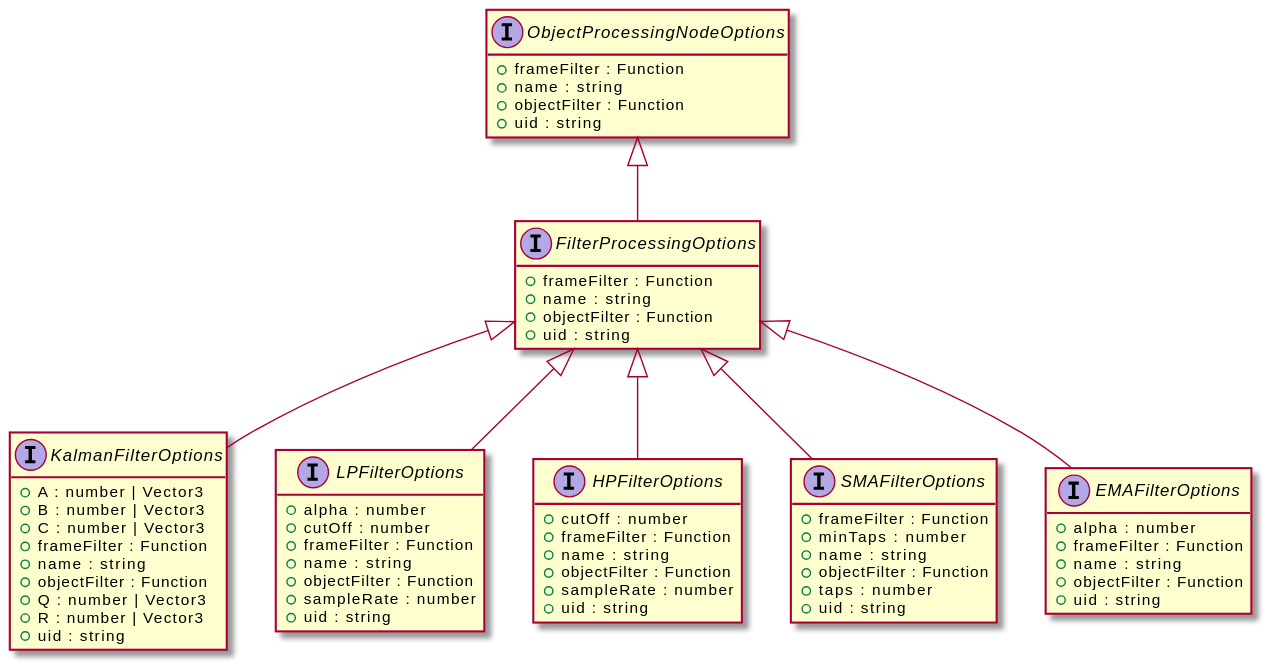
OpenHPS/openhps-core keeps this PlantUML diagram as assets/FilterProcessingOptions-umlClassDiagram-13389.svg. Above is the earlier version.
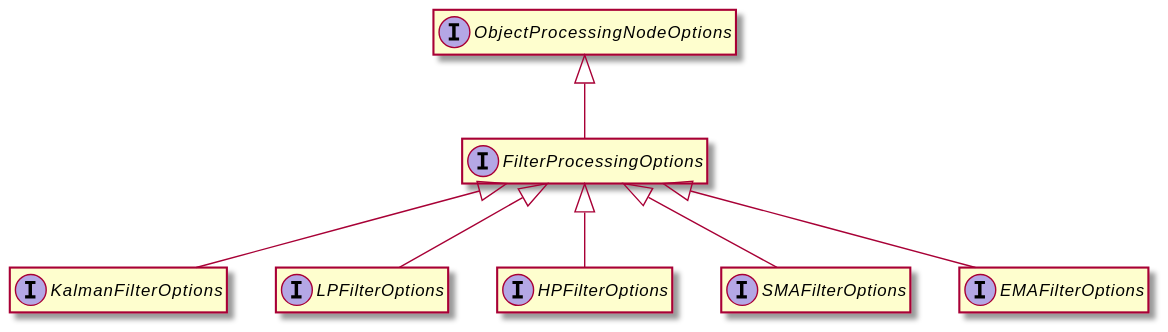
After the change.

The edit, as a diff of the source:
```diff
@@ -3,64 +3,23 @@
 hide empty methods
 hide empty fields
 interface "FilterProcessingOptions" {
-    +frameFilter : Function
-    +name : string
-    +objectFilter : Function
-    +uid : string
 }
 interface "ObjectProcessingNodeOptions" {
-    +frameFilter : Function
-    +name : string
-    +objectFilter : Function
-    +uid : string
 }
 "ObjectProcessingNodeOptions" <|-- "FilterProcessingOptions"
 interface "KalmanFilterOptions" {
-    +A : number | Vector3
-    +B : number | Vector3
-    +C : number | Vector3
-    +frameFilter : Function
-    +name : string
-    +objectFilter : Function
-    +Q : number | Vector3
-    +R : number | Vector3
-    +uid : string
 }
 "FilterProcessingOptions" <|-- "KalmanFilterOptions"
 interface "LPFilterOptions" {
-    +alpha : number
-    +cutOff : number
-    +frameFilter : Function
-    +name : string
-    +objectFilter : Function
-    +sampleRate : number
-    +uid : string
 }
 "FilterProcessingOptions" <|-- "LPFilterOptions"
 interface "HPFilterOptions" {
-    +cutOff : number
-    +frameFilter : Function
-    +name : string
-    +objectFilter : Function
-    +sampleRate : number
-    +uid : string
 }
 "FilterProcessingOptions" <|-- "HPFilterOptions"
 interface "SMAFilterOptions" {
-    +frameFilter : Function
-    +minTaps : number
-    +name : string
-    +objectFilter : Function
-    +taps : number
-    +uid : string
 }
 "FilterProcessingOptions" <|-- "SMAFilterOptions"
 interface "EMAFilterOptions" {
-    +alpha : number
-    +frameFilter : Function
-    +name : string
-    +objectFilter : Function
-    +uid : string
 }
 "FilterProcessingOptions" <|-- "EMAFilterOptions"
 @enduml
```
